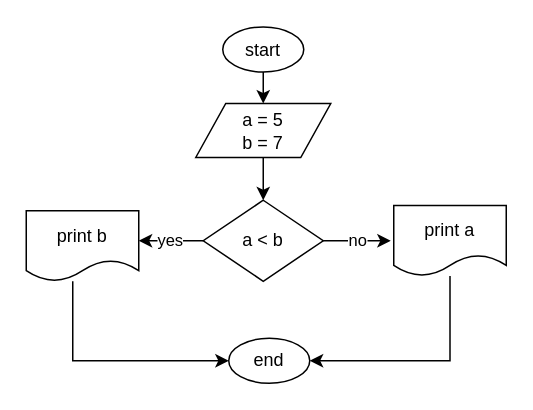
Before: Task002/diagram.drawio in AnnaIvanenk/-1, a draw.io diagram. Source tidied: cells renumbered, new cells numbered last; positions are measured from the earlier drawing's top-left corner, leaving out a move shared by most shapes. Both pictures are drawn from the tidied source at 150%, with x=0, y=0 at pixel (26, 26).
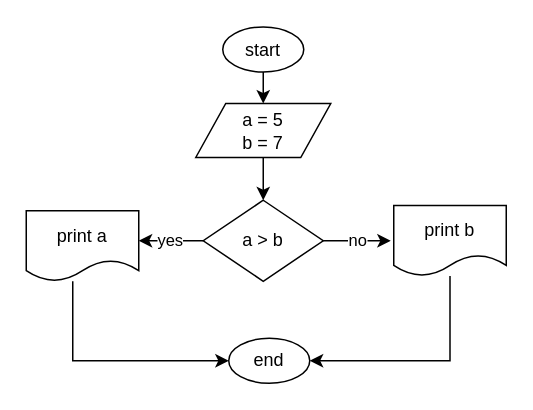
The same diagram, later.

The edit, as a diff of the source:
```diff
@@
 <mxGraphModel>
   <root>
     <mxCell id="0" />
     <mxCell id="1" parent="0" />
     <mxCell id="2" style="edgeStyle=none;html=1;entryX=0.5;entryY=0;entryDx=0;entryDy=0;" parent="1" edge="1" source="3" target="5">
       <mxGeometry relative="1" as="geometry" />
     </mxCell>
     <mxCell id="3" value="start" style="ellipse;whiteSpace=wrap;html=1;" parent="1" vertex="1">
       <mxGeometry x="131" y="0.5" width="54" height="30" as="geometry" />
     </mxCell>
     <mxCell id="4" style="edgeStyle=none;html=1;entryX=0.5;entryY=0;entryDx=0;entryDy=0;" parent="1" edge="1" source="5" target="8">
       <mxGeometry relative="1" as="geometry" />
     </mxCell>
     <mxCell id="5" value="a = 5&lt;br&gt;b = 7" style="shape=parallelogram;perimeter=parallelogramPerimeter;whiteSpace=wrap;html=1;fixedSize=1;" parent="1" vertex="1">
       <mxGeometry x="113" y="51.5" width="90" height="36" as="geometry" />
     </mxCell>
     <mxCell id="6" value="yes" style="edgeStyle=none;html=1;" parent="1" edge="1" source="8">
       <mxGeometry relative="1" as="geometry">
         <mxPoint x="75" y="143" as="targetPoint" />
         <Array as="points">
           <mxPoint x="107" y="143" />
         </Array>
       </mxGeometry>
     </mxCell>
     <mxCell id="7" value="no" style="edgeStyle=none;html=1;entryX=0;entryY=0.5;entryDx=0;entryDy=0;" parent="1" edge="1" source="8">
       <mxGeometry relative="1" as="geometry">
         <mxPoint x="243" y="143" as="targetPoint" />
       </mxGeometry>
     </mxCell>
-    <mxCell id="8" value="a &amp;lt; b" style="rhombus;whiteSpace=wrap;html=1;" parent="1" vertex="1">
+    <mxCell id="8" value="a &amp;gt; b" style="rhombus;whiteSpace=wrap;html=1;" parent="1" vertex="1">
       <mxGeometry x="118" y="116" width="80" height="54" as="geometry" />
     </mxCell>
     <mxCell id="9" style="edgeStyle=orthogonalEdgeStyle;html=1;entryX=0;entryY=0.5;entryDx=0;entryDy=0;rounded=0;" parent="1" edge="1" source="10" target="13">
       <mxGeometry relative="1" as="geometry">
         <Array as="points">
           <mxPoint x="31" y="223" />
         </Array>
       </mxGeometry>
     </mxCell>
-    <mxCell id="10" value="print b" style="shape=document;whiteSpace=wrap;html=1;boundedLbl=1;" parent="1" vertex="1">
+    <mxCell id="10" value="print a" style="shape=document;whiteSpace=wrap;html=1;boundedLbl=1;" parent="1" vertex="1">
       <mxGeometry y="123" width="75" height="47" as="geometry" />
     </mxCell>
     <mxCell id="11" style="edgeStyle=orthogonalEdgeStyle;rounded=0;html=1;entryX=1;entryY=0.5;entryDx=0;entryDy=0;" parent="1" edge="1" source="12" target="13">
       <mxGeometry relative="1" as="geometry">
         <Array as="points">
           <mxPoint x="282" y="223" />
         </Array>
       </mxGeometry>
     </mxCell>
-    <mxCell id="12" value="print a" style="shape=document;whiteSpace=wrap;html=1;boundedLbl=1;" parent="1" vertex="1">
+    <mxCell id="12" value="print b" style="shape=document;whiteSpace=wrap;html=1;boundedLbl=1;" parent="1" vertex="1">
       <mxGeometry x="245" y="119.5" width="75" height="47" as="geometry" />
     </mxCell>
     <mxCell id="13" value="end" style="ellipse;whiteSpace=wrap;html=1;" parent="1" vertex="1">
       <mxGeometry x="135" y="208" width="54" height="30" as="geometry" />
     </mxCell>
   </root>
 </mxGraphModel>
```
